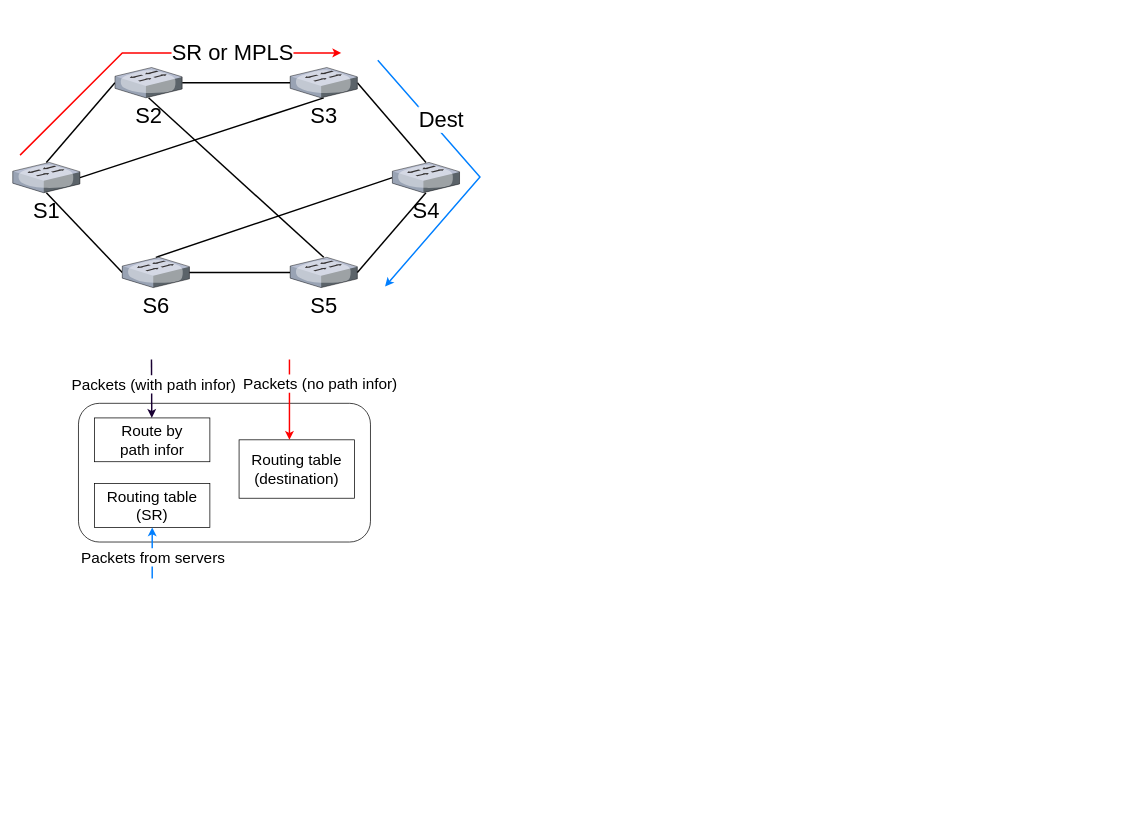
This is FC+/scalable_topo.drawio from caopeirui/app.diagrams.net, a draw.io file, before an edit. Source tidied: cells renumbered, new cells numbered last; positions are measured from the earlier drawing's top-left corner, leaving out a move shared by most shapes. Both pictures are drawn from the tidied source at 73%, with x=0, y=0 at pixel (12, 53).
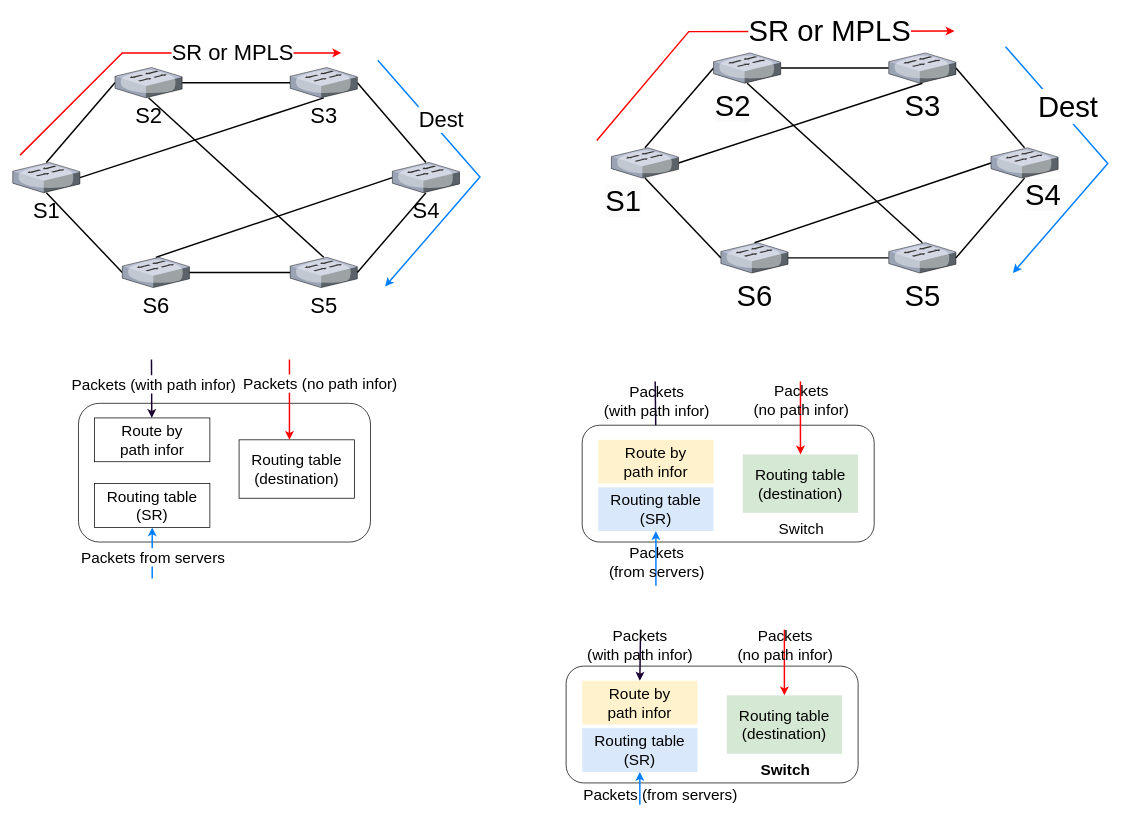
The same diagram, later.

Commit message (it also covers changes not shown here):
update FC topology routing

What changed in the source:
```diff
@@
+    <mxCell id="31" style="endArrow=classic;html=1;rounded=0;strokeColor=#190033;strokeWidth=2;fontSize=21;entryX=0.5;entryY=0;entryDx=0;entryDy=0;" parent="1" edge="1" target="40">
+      <mxGeometry relative="1" as="geometry">
+        <mxPoint x="880" y="450" as="sourcePoint" />
+      </mxGeometry>
+    </mxCell>
+    <mxCell id="32" value="&lt;font style=&quot;font-size: 21px;&quot;&gt;Packets &lt;br style=&quot;font-size: 21px;&quot;&gt;(with path infor)&lt;/font&gt;" style="edgeLabel;html=1;align=center;verticalAlign=middle;fontSize=21;labelBackgroundColor=none;" parent="31" vertex="1">
+      <mxGeometry x="-0.14" y="2" relative="1" as="geometry">
+        <mxPoint x="-1" y="-7" as="offset" />
+      </mxGeometry>
+    </mxCell>
@@
+    <mxCell id="33" style="rounded=1;whiteSpace=wrap;html=1;fontSize=21;" parent="1" vertex="1">
+      <mxGeometry x="780" y="510" width="400" height="160" as="geometry" />
+    </mxCell>
+    <mxCell id="34" value="&lt;font style=&quot;font-size: 21px;&quot;&gt;Routing table&lt;br style=&quot;font-size: 21px;&quot;&gt;(SR)&lt;/font&gt;" style="rounded=0;whiteSpace=wrap;html=1;fontSize=21;fillColor=#dae8fc;strokeColor=none;" parent="1" vertex="1">
+      <mxGeometry x="802" y="595" width="158" height="60" as="geometry" />
+    </mxCell>
+    <mxCell id="35" value="&lt;font style=&quot;font-size: 21px;&quot;&gt;Routing table&lt;br style=&quot;font-size: 21px;&quot;&gt;(destination)&lt;/font&gt;" style="rounded=0;whiteSpace=wrap;html=1;fontSize=21;fillColor=#d5e8d4;strokeColor=none;" parent="1" vertex="1">
+      <mxGeometry x="1000" y="550" width="158" height="80" as="geometry" />
+    </mxCell>
+    <mxCell id="36" style="endArrow=classic;html=1;rounded=0;strokeColor=#007FFF;strokeWidth=2;fontSize=21;entryX=0.5;entryY=1;entryDx=0;entryDy=0;" parent="1" edge="1" target="34">
+      <mxGeometry relative="1" as="geometry">
+        <mxPoint x="881" y="730" as="sourcePoint" />
+      </mxGeometry>
+    </mxCell>
+    <mxCell id="37" value="&lt;font style=&quot;font-size: 21px;&quot;&gt;Packets&lt;br style=&quot;font-size: 21px;&quot;&gt;(from servers)&lt;/font&gt;" style="edgeLabel;html=1;align=center;verticalAlign=middle;fontSize=21;labelBackgroundColor=none;" parent="36" vertex="1">
+      <mxGeometry x="-0.15" relative="1" as="geometry">
+        <mxPoint y="-2" as="offset" />
+      </mxGeometry>
+    </mxCell>
+    <mxCell id="38" style="endArrow=classic;html=1;rounded=0;strokeColor=#FF0000;strokeWidth=2;fontSize=21;entryX=0.5;entryY=0;entryDx=0;entryDy=0;" parent="1" edge="1" target="35">
+      <mxGeometry relative="1" as="geometry">
+        <mxPoint x="1079" y="450" as="sourcePoint" />
+      </mxGeometry>
+    </mxCell>
+    <mxCell id="39" value="&lt;font style=&quot;font-size: 21px;&quot;&gt;Packets &lt;br style=&quot;font-size: 21px;&quot;&gt;(no path infor)&lt;/font&gt;" style="edgeLabel;html=1;align=center;verticalAlign=middle;fontSize=21;labelBackgroundColor=none;" parent="38" vertex="1">
+      <mxGeometry x="-0.14" y="2" relative="1" as="geometry">
+        <mxPoint x="-2" y="-18" as="offset" />
+      </mxGeometry>
+    </mxCell>
+    <mxCell id="40" value="&lt;font style=&quot;font-size: 21px;&quot;&gt;Route by&lt;br style=&quot;font-size: 21px;&quot;&gt;path infor&lt;/font&gt;" style="rounded=0;whiteSpace=wrap;html=1;fontSize=21;fillColor=#fff2cc;strokeColor=none;" parent="1" vertex="1">
+      <mxGeometry x="802" y="530" width="158" height="60" as="geometry" />
+    </mxCell>
+    <mxCell id="41" style="edgeStyle=none;rounded=0;jettySize=auto;html=1;exitX=0.5;exitY=0;exitDx=0;exitDy=0;exitPerimeter=0;entryX=0;entryY=0.5;entryDx=0;entryDy=0;entryPerimeter=0;endArrow=none;endFill=0;strokeWidth=2;fontSize=40;" parent="1" edge="1" source="43" target="46">
+      <mxGeometry relative="1" as="geometry" />
+    </mxCell>
+    <mxCell id="42" style="edgeStyle=none;rounded=0;jettySize=auto;html=1;exitX=1;exitY=0.5;exitDx=0;exitDy=0;exitPerimeter=0;entryX=0.5;entryY=1;entryDx=0;entryDy=0;entryPerimeter=0;endArrow=none;endFill=0;strokeWidth=2;fontSize=40;" parent="1" edge="1" source="43" target="48">
+      <mxGeometry relative="1" as="geometry" />
+    </mxCell>
+    <mxCell id="43" style="verticalLabelPosition=bottom;sketch=0;html=1;verticalAlign=top;strokeColor=none;align=center;outlineConnect=0;shape=mxgraph.citrix.switch;points=[[0,0.5,0,0,0],[0.5,0,0,0,0],[0.5,1,0,0,0],[1,0.5,0,0,0]];fontSize=40;" parent="1" vertex="1">
+      <mxGeometry x="820" y="130" width="92" height="41.5" as="geometry" />
+    </mxCell>
+    <mxCell id="44" style="edgeStyle=none;rounded=0;jettySize=auto;html=1;exitX=1;exitY=0.5;exitDx=0;exitDy=0;exitPerimeter=0;endArrow=none;endFill=0;strokeWidth=2;fontSize=40;" parent="1" edge="1" source="46" target="48">
+      <mxGeometry relative="1" as="geometry" />
+    </mxCell>
+    <mxCell id="45" style="edgeStyle=none;rounded=0;jettySize=auto;html=1;exitX=0.5;exitY=1;exitDx=0;exitDy=0;exitPerimeter=0;entryX=0.5;entryY=0;entryDx=0;entryDy=0;entryPerimeter=0;endArrow=none;endFill=0;strokeWidth=2;fontSize=40;" parent="1" edge="1" source="46" target="53">
+      <mxGeometry relative="1" as="geometry" />
+    </mxCell>
+    <mxCell id="46" style="verticalLabelPosition=bottom;sketch=0;html=1;verticalAlign=top;strokeColor=none;align=center;outlineConnect=0;shape=mxgraph.citrix.switch;points=[[0,0.5,0,0,0],[0.5,0,0,0,0],[0.5,1,0,0,0],[1,0.5,0,0,0]];fontSize=40;" parent="1" vertex="1">
+      <mxGeometry x="960" width="92" height="41.5" as="geometry" />
+    </mxCell>
+    <mxCell id="47" style="edgeStyle=none;rounded=0;jettySize=auto;html=1;exitX=1;exitY=0.5;exitDx=0;exitDy=0;exitPerimeter=0;entryX=0.5;entryY=0;entryDx=0;entryDy=0;entryPerimeter=0;endArrow=none;endFill=0;strokeWidth=2;fontSize=40;" parent="1" edge="1" source="48" target="55">
+      <mxGeometry relative="1" as="geometry" />
+    </mxCell>
+    <mxCell id="48" value="&lt;font style=&quot;font-size: 40px;&quot;&gt;&lt;span style=&quot;font-size: 40px;&quot;&gt;S3&lt;/span&gt;&lt;/font&gt;" style="verticalLabelPosition=bottom;sketch=0;html=1;verticalAlign=top;strokeColor=none;align=center;outlineConnect=0;shape=mxgraph.citrix.switch;points=[[0,0.5,0,0,0],[0.5,0,0,0,0],[0.5,1,0,0,0],[1,0.5,0,0,0]];fontSize=40;" parent="1" vertex="1">
+      <mxGeometry x="1200" width="92" height="41.5" as="geometry" />
+    </mxCell>
+    <mxCell id="49" style="edgeStyle=none;rounded=0;jettySize=auto;html=1;exitX=0;exitY=0.5;exitDx=0;exitDy=0;exitPerimeter=0;entryX=0.5;entryY=1;entryDx=0;entryDy=0;entryPerimeter=0;endArrow=none;endFill=0;strokeWidth=2;fontSize=40;" parent="1" edge="1" source="51" target="43">
+      <mxGeometry relative="1" as="geometry" />
+    </mxCell>
+    <mxCell id="50" style="edgeStyle=none;rounded=0;jettySize=auto;html=1;exitX=0.5;exitY=0;exitDx=0;exitDy=0;exitPerimeter=0;entryX=0;entryY=0.5;entryDx=0;entryDy=0;entryPerimeter=0;endArrow=none;endFill=0;strokeWidth=2;fontSize=40;" parent="1" edge="1" source="51" target="55">
+      <mxGeometry relative="1" as="geometry" />
+    </mxCell>
+    <mxCell id="51" value="&lt;font style=&quot;font-size: 40px;&quot;&gt;&lt;span style=&quot;font-size: 40px;&quot;&gt;S6&lt;/span&gt;&lt;/font&gt;" style="verticalLabelPosition=bottom;sketch=0;html=1;verticalAlign=top;strokeColor=none;align=center;outlineConnect=0;shape=mxgraph.citrix.switch;points=[[0,0.5,0,0,0],[0.5,0,0,0,0],[0.5,1,0,0,0],[1,0.5,0,0,0]];fontSize=40;" parent="1" vertex="1">
+      <mxGeometry x="970" y="260" width="92" height="41.5" as="geometry" />
+    </mxCell>
+    <mxCell id="52" style="edgeStyle=none;rounded=0;jettySize=auto;html=1;exitX=0;exitY=0.5;exitDx=0;exitDy=0;exitPerimeter=0;endArrow=none;endFill=0;strokeWidth=2;fontSize=40;" parent="1" edge="1" source="53" target="51">
+      <mxGeometry relative="1" as="geometry" />
+    </mxCell>
+    <mxCell id="53" value="&lt;font style=&quot;font-size: 40px;&quot;&gt;&lt;span style=&quot;font-size: 40px;&quot;&gt;S5&lt;/span&gt;&lt;/font&gt;" style="verticalLabelPosition=bottom;sketch=0;html=1;verticalAlign=top;strokeColor=none;align=center;outlineConnect=0;shape=mxgraph.citrix.switch;points=[[0,0.5,0,0,0],[0.5,0,0,0,0],[0.5,1,0,0,0],[1,0.5,0,0,0]];fontSize=40;" parent="1" vertex="1">
+      <mxGeometry x="1200" y="260" width="92" height="41.5" as="geometry" />
+    </mxCell>
+    <mxCell id="54" style="edgeStyle=none;rounded=0;jettySize=auto;html=1;exitX=0.5;exitY=1;exitDx=0;exitDy=0;exitPerimeter=0;entryX=1;entryY=0.5;entryDx=0;entryDy=0;entryPerimeter=0;endArrow=none;endFill=0;strokeWidth=2;fontSize=40;" parent="1" edge="1" source="55" target="53">
+      <mxGeometry relative="1" as="geometry" />
+    </mxCell>
+    <mxCell id="55" style="verticalLabelPosition=bottom;sketch=0;html=1;verticalAlign=top;strokeColor=none;align=center;outlineConnect=0;shape=mxgraph.citrix.switch;points=[[0,0.5,0,0,0],[0.5,0,0,0,0],[0.5,1,0,0,0],[1,0.5,0,0,0]];fontSize=40;" parent="1" vertex="1">
+      <mxGeometry x="1340" y="130" width="92" height="41.5" as="geometry" />
+    </mxCell>
+    <mxCell id="56" style="endArrow=classic;html=1;rounded=0;strokeWidth=2;fontSize=40;strokeColor=#FF0000;" parent="1" edge="1">
+      <mxGeometry relative="1" as="geometry">
+        <mxPoint x="800" y="120" as="sourcePoint" />
+        <mxPoint x="1290" y="-30" as="targetPoint" />
+        <Array as="points">
+          <mxPoint x="926" y="-29.2" />
+        </Array>
+      </mxGeometry>
+    </mxCell>
+    <mxCell id="57" value="&lt;font style=&quot;font-size: 40px;&quot;&gt;SR or MPLS&lt;/font&gt;" style="edgeLabel;html=1;align=center;verticalAlign=middle;fontSize=40;" parent="56" vertex="1">
+      <mxGeometry x="0.27" y="2" relative="1" as="geometry">
+        <mxPoint x="32.7" as="offset" />
+      </mxGeometry>
+    </mxCell>
+    <mxCell id="58" style="endArrow=classic;html=1;rounded=0;strokeColor=#007FFF;strokeWidth=2;fontSize=40;" parent="1" edge="1">
+      <mxGeometry relative="1" as="geometry">
+        <mxPoint x="1360" y="-8.5" as="sourcePoint" />
+        <mxPoint x="1370" y="301.5" as="targetPoint" />
+        <Array as="points">
+          <mxPoint x="1500" y="151.5" />
+        </Array>
+      </mxGeometry>
+    </mxCell>
+    <mxCell id="59" value="&lt;font style=&quot;font-size: 40px;&quot;&gt;Dest&amp;nbsp;&lt;/font&gt;" style="edgeLabel;html=1;align=center;verticalAlign=middle;fontSize=40;" parent="58" vertex="1">
+      <mxGeometry x="-0.18" y="4" relative="1" as="geometry">
+        <mxPoint x="-23.8" y="-44" as="offset" />
+      </mxGeometry>
+    </mxCell>
+    <mxCell id="60" value="&lt;span style=&quot;color: rgb(0, 0, 0); font-family: Helvetica; font-size: 40px; font-style: normal; font-variant-ligatures: normal; font-variant-caps: normal; font-weight: 400; letter-spacing: normal; orphans: 2; text-align: center; text-indent: 0px; text-transform: none; widows: 2; word-spacing: 0px; -webkit-text-stroke-width: 0px; background-color: rgb(251, 251, 251); text-decoration-thickness: initial; text-decoration-style: initial; text-decoration-color: initial; float: none; display: inline !important;&quot;&gt;S2&lt;/span&gt;" style="text;whiteSpace=wrap;html=1;" parent="1" vertex="1">
+      <mxGeometry x="960" y="41.5" width="80" height="70" as="geometry" />
+    </mxCell>
+    <mxCell id="61" value="&lt;span style=&quot;color: rgb(0, 0, 0); font-family: Helvetica; font-size: 40px; font-style: normal; font-variant-ligatures: normal; font-variant-caps: normal; font-weight: 400; letter-spacing: normal; orphans: 2; text-align: center; text-indent: 0px; text-transform: none; widows: 2; word-spacing: 0px; -webkit-text-stroke-width: 0px; background-color: rgb(251, 251, 251); text-decoration-thickness: initial; text-decoration-style: initial; text-decoration-color: initial; float: none; display: inline !important;&quot;&gt;S1&lt;/span&gt;" style="text;whiteSpace=wrap;html=1;" parent="1" vertex="1">
+      <mxGeometry x="810" y="171.5" width="80" height="70" as="geometry" />
+    </mxCell>
+    <mxCell id="62" value="&lt;span style=&quot;color: rgb(0, 0, 0); font-family: Helvetica; font-size: 40px; font-style: normal; font-variant-ligatures: normal; font-variant-caps: normal; font-weight: 400; letter-spacing: normal; orphans: 2; text-align: center; text-indent: 0px; text-transform: none; widows: 2; word-spacing: 0px; -webkit-text-stroke-width: 0px; background-color: rgb(251, 251, 251); text-decoration-thickness: initial; text-decoration-style: initial; text-decoration-color: initial; float: none; display: inline !important;&quot;&gt;S4&lt;/span&gt;" style="text;whiteSpace=wrap;html=1;" parent="1" vertex="1">
+      <mxGeometry x="1385" y="163.5" width="30" height="39.5" as="geometry" />
+    </mxCell>
+    <mxCell id="63" value="&lt;font style=&quot;font-size: 21px;&quot;&gt;Switch&lt;/font&gt;" style="edgeLabel;html=1;align=center;verticalAlign=middle;fontSize=21;" parent="1" vertex="1">
+      <mxGeometry x="1079" y="650" as="geometry" />
+    </mxCell>
+    <mxCell id="64" style="rounded=1;whiteSpace=wrap;html=1;fontSize=21;" parent="1" vertex="1">
+      <mxGeometry x="758" y="840" width="400" height="160" as="geometry" />
+    </mxCell>
+    <mxCell id="65" style="endArrow=classic;html=1;rounded=0;strokeColor=#190033;strokeWidth=2;fontSize=21;entryX=0.5;entryY=0;entryDx=0;entryDy=0;" parent="1" edge="1" target="73">
+      <mxGeometry relative="1" as="geometry">
+        <mxPoint x="860" y="790" as="sourcePoint" />
+      </mxGeometry>
+    </mxCell>
+    <mxCell id="66" value="&lt;font style=&quot;font-size: 21px;&quot;&gt;Packets&lt;br&gt;(with path infor)&lt;/font&gt;" style="edgeLabel;html=1;align=center;verticalAlign=middle;fontSize=21;labelBackgroundColor=none;" parent="65" vertex="1">
+      <mxGeometry x="-0.14" y="2" relative="1" as="geometry">
+        <mxPoint x="-3" y="-10" as="offset" />
+      </mxGeometry>
+    </mxCell>
+    <mxCell id="67" value="&lt;font style=&quot;font-size: 21px;&quot;&gt;Routing table&lt;br style=&quot;font-size: 21px;&quot;&gt;(SR)&lt;/font&gt;" style="rounded=0;whiteSpace=wrap;html=1;fontSize=21;fillColor=#dae8fc;strokeColor=none;" parent="1" vertex="1">
+      <mxGeometry x="780" y="925" width="158" height="60" as="geometry" />
+    </mxCell>
+    <mxCell id="68" value="&lt;font style=&quot;font-size: 21px;&quot;&gt;Routing table&lt;br style=&quot;font-size: 21px;&quot;&gt;(destination)&lt;/font&gt;" style="rounded=0;whiteSpace=wrap;html=1;fontSize=21;fillColor=#d5e8d4;strokeColor=none;" parent="1" vertex="1">
+      <mxGeometry x="978" y="880" width="158" height="80" as="geometry" />
+    </mxCell>
+    <mxCell id="69" style="endArrow=classic;html=1;rounded=0;strokeColor=#007FFF;strokeWidth=2;fontSize=21;entryX=0.5;entryY=1;entryDx=0;entryDy=0;" parent="1" edge="1" target="67">
+      <mxGeometry relative="1" as="geometry">
+        <mxPoint x="859" y="1030" as="sourcePoint" />
+      </mxGeometry>
+    </mxCell>
+    <mxCell id="70" value="&lt;font style=&quot;font-size: 21px;&quot;&gt;Packets (from servers)&lt;/font&gt;" style="edgeLabel;html=1;align=center;verticalAlign=middle;fontSize=21;labelBackgroundColor=none;" parent="69" vertex="1">
+      <mxGeometry x="-0.15" relative="1" as="geometry">
+        <mxPoint x="27" y="4" as="offset" />
+      </mxGeometry>
+    </mxCell>
+    <mxCell id="71" style="endArrow=classic;html=1;rounded=0;strokeColor=#FF0000;strokeWidth=2;fontSize=21;entryX=0.5;entryY=0;entryDx=0;entryDy=0;" parent="1" edge="1" target="68">
+      <mxGeometry relative="1" as="geometry">
+        <mxPoint x="1057" y="790" as="sourcePoint" />
+      </mxGeometry>
+    </mxCell>
+    <mxCell id="72" value="&lt;font style=&quot;font-size: 21px;&quot;&gt;Packets &lt;br&gt;(no path infor)&lt;/font&gt;" style="edgeLabel;html=1;align=center;verticalAlign=middle;fontSize=21;labelBackgroundColor=none;" parent="71" vertex="1">
+      <mxGeometry x="-0.14" y="2" relative="1" as="geometry">
+        <mxPoint x="-2" y="-19" as="offset" />
+      </mxGeometry>
+    </mxCell>
+    <mxCell id="73" value="&lt;font style=&quot;font-size: 21px;&quot;&gt;Route by&lt;br style=&quot;font-size: 21px;&quot;&gt;path infor&lt;/font&gt;" style="rounded=0;whiteSpace=wrap;html=1;fontSize=21;fillColor=#fff2cc;strokeColor=none;" parent="1" vertex="1">
+      <mxGeometry x="780" y="860" width="158" height="60" as="geometry" />
+    </mxCell>
+    <mxCell id="74" value="&lt;font style=&quot;font-size: 21px;&quot;&gt;&lt;b&gt;Switch&lt;/b&gt;&lt;/font&gt;" style="edgeLabel;html=1;align=center;verticalAlign=middle;fontSize=21;" parent="1" vertex="1">
+      <mxGeometry x="1057" y="980" as="geometry" />
+    </mxCell>
```
